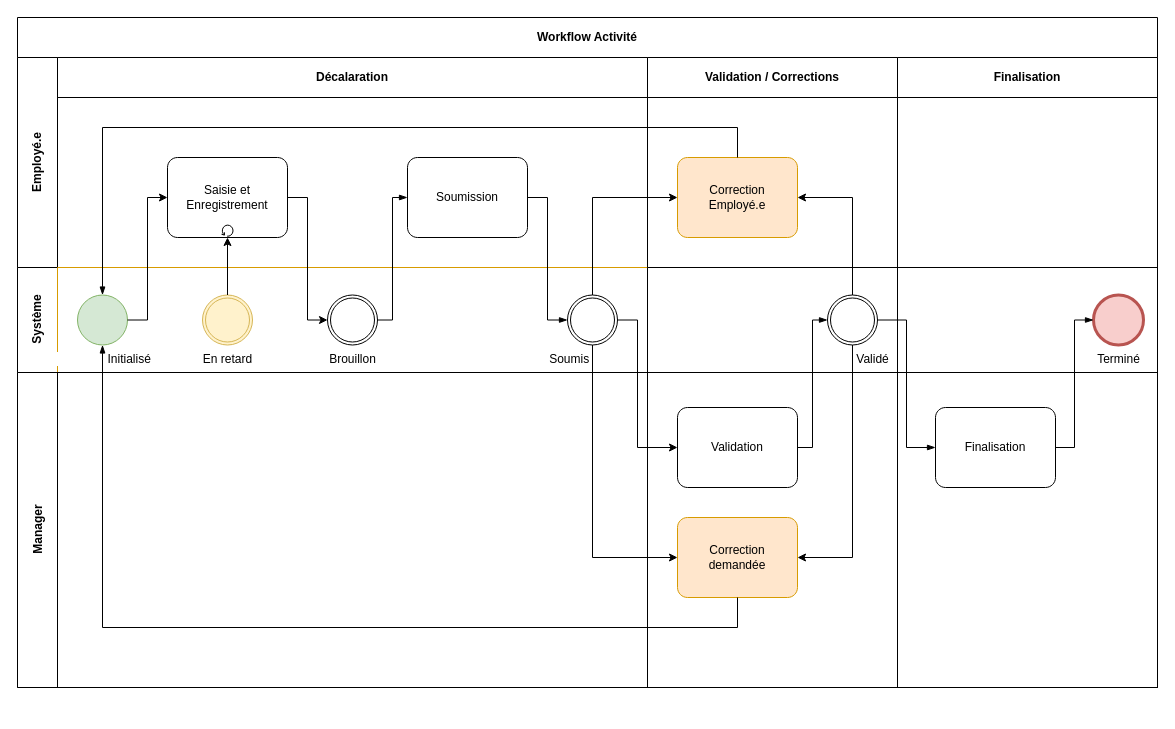
This is page "Activité" (2 of 2) of RH Workflows.drawio from hseb72/hr-tools, a draw.io file, before an edit. Source tidied: cells renumbered, new cells numbered last; positions are measured from the earlier drawing's top-left corner, leaving out a move shared by most shapes. Both pictures are drawn from the tidied source at 100%, with x=0, y=0 at pixel (17, 17).
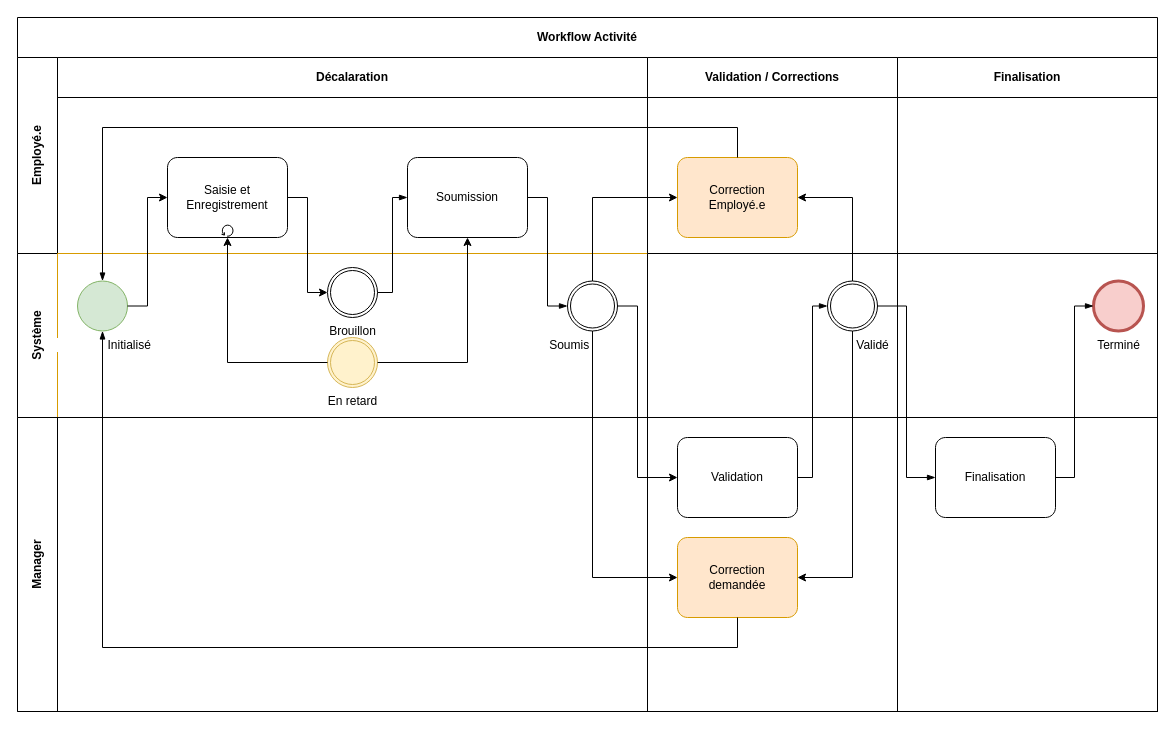
After the change.

The change refers to these unchanged cells:
```xml
<mxCell id="5" value="Saisie et Enregistrement" style="points=[[0.25,0,0],[0.5,0,0],[0.75,0,0],[1,0.25,0],[1,0.5,0],[1,0.75,0],[0.75,1,0],[0.5,1,0],[0.25,1,0],[0,0.75,0],[0,0.5,0],[0,0.25,0]];shape=mxgraph.bpmn.task;whiteSpace=wrap;rectStyle=rounded;size=10;taskMarker=abstract;isLoopStandard=1;" parent="4" vertex="1">
  <mxGeometry x="110" y="100" width="120" height="80" as="geometry" />
</mxCell>
<mxCell id="6" value="Soumission" style="points=[[0.25,0,0],[0.5,0,0],[0.75,0,0],[1,0.25,0],[1,0.5,0],[1,0.75,0],[0.75,1,0],[0.5,1,0],[0.25,1,0],[0,0.75,0],[0,0.5,0],[0,0.25,0]];shape=mxgraph.bpmn.task;whiteSpace=wrap;rectStyle=rounded;size=10;taskMarker=abstract;" parent="4" vertex="1">
  <mxGeometry x="350" y="100" width="120" height="80" as="geometry" />
</mxCell>
<mxCell id="13" value="&amp;nbsp; &amp;nbsp; &amp;nbsp; &amp;nbsp; &amp;nbsp; &amp;nbsp; &amp;nbsp; &amp;nbsp; Initialisé" style="points=[[0.145,0.145,0],[0.5,0,0],[0.855,0.145,0],[1,0.5,0],[0.855,0.855,0],[0.5,1,0],[0.145,0.855,0],[0,0.5,0]];shape=mxgraph.bpmn.event;html=1;verticalLabelPosition=bottom;labelBackgroundColor=#ffffff;verticalAlign=top;align=center;perimeter=ellipsePerimeter;outlineConnect=0;outline=standard;symbol=general;fillColor=#d5e8d4;strokeColor=#82b366;" parent="11" vertex="1">
  <mxGeometry x="20" y="27.5" width="50" height="50" as="geometry" />
</mxCell>
<mxCell id="14" value="Soumis&amp;nbsp; &amp;nbsp; &amp;nbsp; &amp;nbsp; &amp;nbsp; &amp;nbsp; &amp;nbsp;&amp;nbsp;" style="points=[[0.145,0.145,0],[0.5,0,0],[0.855,0.145,0],[1,0.5,0],[0.855,0.855,0],[0.5,1,0],[0.145,0.855,0],[0,0.5,0]];shape=mxgraph.bpmn.event;html=1;verticalLabelPosition=bottom;labelBackgroundColor=#ffffff;verticalAlign=top;align=center;perimeter=ellipsePerimeter;outlineConnect=0;outline=throwing;symbol=general;" parent="11" vertex="1">
  <mxGeometry x="510" y="27.5" width="50" height="50" as="geometry" />
</mxCell>
<mxCell id="17" value="&amp;nbsp; &amp;nbsp; &amp;nbsp; &amp;nbsp; &amp;nbsp; &amp;nbsp; Validé" style="points=[[0.145,0.145,0],[0.5,0,0],[0.855,0.145,0],[1,0.5,0],[0.855,0.855,0],[0.5,1,0],[0.145,0.855,0],[0,0.5,0]];shape=mxgraph.bpmn.event;html=1;verticalLabelPosition=bottom;labelBackgroundColor=#ffffff;verticalAlign=top;align=center;perimeter=ellipsePerimeter;outlineConnect=0;outline=throwing;symbol=general;" parent="16" vertex="1">
  <mxGeometry x="180" y="27.5" width="50" height="50" as="geometry" />
</mxCell>
```

Diff of the diagram source:
```diff
@@
     <mxCell id="2" value="Workflow Activité" style="shape=table;childLayout=tableLayout;rowLines=0;columnLines=0;startSize=40;html=1;whiteSpace=wrap;fontStyle=1;align=center;" parent="1" vertex="1">
-      <mxGeometry width="1140" height="670" as="geometry" />
+      <mxGeometry width="1140" height="694" as="geometry" />
     </mxCell>
     <mxCell id="3" value="Employé.e" style="swimlane;horizontal=0;startSize=40;html=1;whiteSpace=wrap;fontStyle=1;" parent="2" vertex="1">
-      <mxGeometry y="40" width="1140" height="210" as="geometry" />
+      <mxGeometry y="40" width="1140" height="196" as="geometry" />
     </mxCell>
     <mxCell id="4" value="Décalaration" style="swimlane;startSize=40;html=1;whiteSpace=wrap;" parent="3" vertex="1">
-      <mxGeometry x="40" width="590" height="210" as="geometry" />
+      <mxGeometry x="40" width="590" height="196" as="geometry" />
     </mxCell>
@@
     <mxCell id="7" value="Validation / Corrections" style="swimlane;startSize=40;html=1;whiteSpace=wrap;" parent="3" vertex="1">
-      <mxGeometry x="630" width="250" height="210" as="geometry" />
+      <mxGeometry x="630" width="250" height="196" as="geometry" />
     </mxCell>
@@
     <mxCell id="9" value="Finalisation" style="swimlane;startSize=40;html=1;whiteSpace=wrap;" parent="3" vertex="1">
-      <mxGeometry x="880" width="260" height="210" as="geometry" />
+      <mxGeometry x="880" width="260" height="196" as="geometry" />
     </mxCell>
     <mxCell id="10" value="Système" style="swimlane;horizontal=0;startSize=40;html=1;whiteSpace=wrap;" parent="2" vertex="1">
-      <mxGeometry y="250" width="1140" height="105" as="geometry" />
+      <mxGeometry y="236" width="1140" height="164" as="geometry" />
     </mxCell>
     <mxCell id="11" style="swimlane;startSize=0;html=1;whiteSpace=wrap;fillColor=#ffe6cc;strokeColor=#d79b00;" parent="10" vertex="1">
-      <mxGeometry x="40" width="590" height="105" as="geometry" />
+      <mxGeometry x="40" width="590" height="164" as="geometry" />
     </mxCell>
     <mxCell id="12" value="Brouillon" style="points=[[0.145,0.145,0],[0.5,0,0],[0.855,0.145,0],[1,0.5,0],[0.855,0.855,0],[0.5,1,0],[0.145,0.855,0],[0,0.5,0]];shape=mxgraph.bpmn.event;html=1;verticalLabelPosition=bottom;labelBackgroundColor=#ffffff;verticalAlign=top;align=center;perimeter=ellipsePerimeter;outlineConnect=0;outline=throwing;symbol=general;" parent="11" vertex="1">
-      <mxGeometry x="270" y="27.5" width="50" height="50" as="geometry" />
+      <mxGeometry x="270" y="14" width="50" height="50" as="geometry" />
     </mxCell>
@@
     <mxCell id="15" value="En retard" style="points=[[0.145,0.145,0],[0.5,0,0],[0.855,0.145,0],[1,0.5,0],[0.855,0.855,0],[0.5,1,0],[0.145,0.855,0],[0,0.5,0]];shape=mxgraph.bpmn.event;html=1;verticalLabelPosition=bottom;labelBackgroundColor=#ffffff;verticalAlign=top;align=center;perimeter=ellipsePerimeter;outlineConnect=0;outline=throwing;symbol=general;fillColor=#fff2cc;strokeColor=#d6b656;" parent="11" vertex="1">
-      <mxGeometry x="145" y="27.5" width="50" height="50" as="geometry" />
+      <mxGeometry x="270" y="84" width="50" height="50" as="geometry" />
     </mxCell>
     <mxCell id="16" style="swimlane;startSize=0;html=1;whiteSpace=wrap;" parent="10" vertex="1">
-      <mxGeometry x="630" width="250" height="105" as="geometry" />
+      <mxGeometry x="630" width="250" height="164" as="geometry" />
     </mxCell>
@@
     <mxCell id="18" style="swimlane;startSize=0;html=1;whiteSpace=wrap;" parent="10" vertex="1">
-      <mxGeometry x="880" width="260" height="105" as="geometry" />
+      <mxGeometry x="880" width="260" height="164" as="geometry" />
     </mxCell>
@@
     <mxCell id="20" value="Manager" style="swimlane;horizontal=0;startSize=40;html=1;whiteSpace=wrap;" parent="2" vertex="1">
-      <mxGeometry y="355" width="1140" height="315" as="geometry" />
+      <mxGeometry y="400" width="1140" height="294" as="geometry" />
     </mxCell>
     <mxCell id="21" style="swimlane;startSize=0;html=1;whiteSpace=wrap;" parent="20" vertex="1">
-      <mxGeometry x="40" width="590" height="315" as="geometry" />
+      <mxGeometry x="40" width="590" height="294" as="geometry" />
     </mxCell>
     <mxCell id="22" style="swimlane;startSize=0;html=1;whiteSpace=wrap;" parent="20" vertex="1">
-      <mxGeometry x="630" width="250" height="315" as="geometry" />
+      <mxGeometry x="630" width="250" height="294" as="geometry" />
     </mxCell>
     <mxCell id="23" value="Validation" style="points=[[0.25,0,0],[0.5,0,0],[0.75,0,0],[1,0.25,0],[1,0.5,0],[1,0.75,0],[0.75,1,0],[0.5,1,0],[0.25,1,0],[0,0.75,0],[0,0.5,0],[0,0.25,0]];shape=mxgraph.bpmn.task;whiteSpace=wrap;rectStyle=rounded;size=10;taskMarker=abstract;" parent="22" vertex="1">
-      <mxGeometry x="30" y="35" width="120" height="80" as="geometry" />
+      <mxGeometry x="30" y="20" width="120" height="80" as="geometry" />
     </mxCell>
     <mxCell id="24" value="Correction&#10;demandée" style="points=[[0.25,0,0],[0.5,0,0],[0.75,0,0],[1,0.25,0],[1,0.5,0],[1,0.75,0],[0.75,1,0],[0.5,1,0],[0.25,1,0],[0,0.75,0],[0,0.5,0],[0,0.25,0]];shape=mxgraph.bpmn.task;whiteSpace=wrap;rectStyle=rounded;size=10;taskMarker=abstract;fillColor=#ffe6cc;strokeColor=#d79b00;" parent="22" vertex="1">
-      <mxGeometry x="30" y="145" width="120" height="80" as="geometry" />
+      <mxGeometry x="30" y="120" width="120" height="80" as="geometry" />
     </mxCell>
     <mxCell id="25" style="swimlane;startSize=0;html=1;whiteSpace=wrap;" parent="20" vertex="1">
-      <mxGeometry x="880" width="260" height="315" as="geometry" />
+      <mxGeometry x="880" width="260" height="294" as="geometry" />
     </mxCell>
     <mxCell id="26" value="Finalisation" style="points=[[0.25,0,0],[0.5,0,0],[0.75,0,0],[1,0.25,0],[1,0.5,0],[1,0.75,0],[0.75,1,0],[0.5,1,0],[0.25,1,0],[0,0.75,0],[0,0.5,0],[0,0.25,0]];shape=mxgraph.bpmn.task;whiteSpace=wrap;rectStyle=rounded;size=10;taskMarker=abstract;" parent="25" vertex="1">
-      <mxGeometry x="38" y="35" width="120" height="80" as="geometry" />
+      <mxGeometry x="38" y="20" width="120" height="80" as="geometry" />
     </mxCell>
@@
     <mxCell id="35" style="edgeStyle=orthogonalEdgeStyle;rounded=0;jettySize=auto;html=1;entryX=0;entryY=0.5;entryDx=0;entryDy=0;entryPerimeter=0;exitX=1;exitY=0.5;exitDx=0;exitDy=0;exitPerimeter=0;" parent="2" edge="1" source="14" target="23">
       <mxGeometry relative="1" as="geometry">
         <Array as="points">
-          <mxPoint x="620" y="303" />
-          <mxPoint x="620" y="430" />
+          <mxPoint x="620" y="289" />
+          <mxPoint x="620" y="460" />
         </Array>
       </mxGeometry>
     </mxCell>
     <mxCell id="36" style="edgeStyle=orthogonalEdgeStyle;rounded=0;jettySize=auto;html=1;entryX=0;entryY=0.5;entryDx=0;entryDy=0;entryPerimeter=0;exitX=0.5;exitY=1;exitDx=0;exitDy=0;exitPerimeter=0;" parent="2" edge="1" source="14" target="24">
       <mxGeometry relative="1" as="geometry">
         <Array as="points">
-          <mxPoint x="575" y="540" />
+          <mxPoint x="575" y="560" />
         </Array>
       </mxGeometry>
     </mxCell>
     <mxCell id="37" style="edgeStyle=orthogonalEdgeStyle;rounded=0;jettySize=auto;html=1;entryX=1;entryY=0.5;entryDx=0;entryDy=0;entryPerimeter=0;exitX=0.5;exitY=1;exitDx=0;exitDy=0;exitPerimeter=0;" parent="2" edge="1" source="17" target="24">
       <mxGeometry relative="1" as="geometry">
         <Array as="points">
-          <mxPoint x="835" y="540" />
+          <mxPoint x="835" y="560" />
         </Array>
       </mxGeometry>
     </mxCell>
     <mxCell id="38" style="edgeStyle=elbowEdgeStyle;fontSize=12;html=1;endArrow=blockThin;endFill=1;rounded=0;entryX=0.5;entryY=1;entryDx=0;entryDy=0;entryPerimeter=0;exitX=0.5;exitY=1;exitDx=0;exitDy=0;exitPerimeter=0;" parent="2" edge="1" source="24" target="13">
       <mxGeometry relative="1" as="geometry">
         <Array as="points">
-          <mxPoint x="380" y="610" />
+          <mxPoint x="400" y="630" />
         </Array>
       </mxGeometry>
     </mxCell>
@@
-    <mxCell id="41" style="edgeStyle=orthogonalEdgeStyle;rounded=0;jettySize=auto;html=1;exitX=0.5;exitY=0;exitDx=0;exitDy=0;exitPerimeter=0;entryX=0.5;entryY=1;entryDx=0;entryDy=0;entryPerimeter=0;" parent="2" edge="1" source="15" target="5">
+    <mxCell id="41" style="edgeStyle=orthogonalEdgeStyle;rounded=0;jettySize=auto;html=1;exitX=0;exitY=0.5;exitDx=0;exitDy=0;exitPerimeter=0;entryX=0.5;entryY=1;entryDx=0;entryDy=0;entryPerimeter=0;" parent="2" edge="1" source="15" target="5">
       <mxGeometry relative="1" as="geometry" />
     </mxCell>
+    <mxCell id="42" style="edgeStyle=orthogonalEdgeStyle;rounded=0;jettySize=auto;html=1;" parent="2" edge="1" source="15" target="6">
+      <mxGeometry relative="1" as="geometry" />
+    </mxCell>
```
